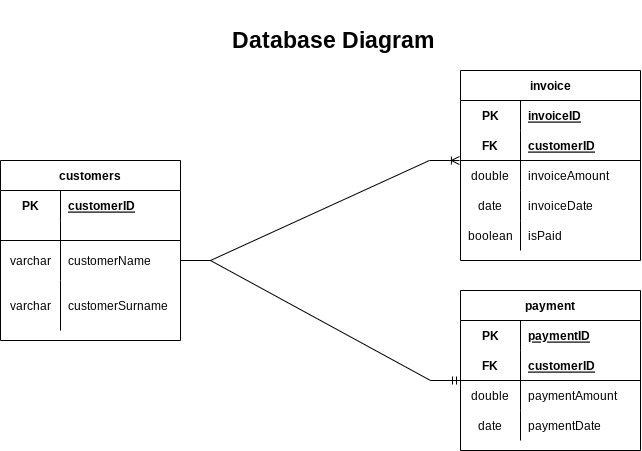
Earlier version of the draw.io export images/DatabaseDiagram.png (egeoz/bootcamp-final). Source tidied: cells renumbered, new cells last; positions are measured from the earlier drawing's top-left corner, leaving out a move shared by most shapes. Its diagram source:
```xml
<mxGraphModel>
  <root>
    <mxCell id="0" />
    <mxCell id="1" parent="0" />
    <mxCell id="2" style="edgeStyle=entityRelationEdgeStyle;fontSize=12;html=1;endArrow=ERmandOne;rounded=0;exitX=1;exitY=0.5;exitDx=0;exitDy=0;entryX=0;entryY=0;entryDx=0;entryDy=0;entryPerimeter=0;" parent="1" edge="1" source="12" target="40">
      <mxGeometry relative="1" as="geometry" />
    </mxCell>
    <mxCell id="3" style="edgeStyle=entityRelationEdgeStyle;fontSize=12;html=1;endArrow=ERoneToMany;rounded=0;exitX=1;exitY=0.5;exitDx=0;exitDy=0;entryX=-0.006;entryY=0;entryDx=0;entryDy=0;entryPerimeter=0;" parent="1" edge="1" source="12" target="25">
      <mxGeometry relative="1" as="geometry" />
    </mxCell>
    <mxCell id="4" value="&lt;font style=&quot;font-size: 23px;&quot;&gt;&lt;b&gt;Database Diagram&lt;/b&gt;&lt;/font&gt;" style="text;html=1;strokeColor=none;fillColor=none;align=center;verticalAlign=middle;whiteSpace=wrap;rounded=0;" parent="1" vertex="1">
      <mxGeometry x="215" width="235" height="80" as="geometry" />
    </mxCell>
    <mxCell id="5" value="customers" style="shape=table;startSize=30;rowLines=0;fontStyle=1;align=center;" parent="1" vertex="1">
      <mxGeometry y="160" width="180" height="180" as="geometry" />
    </mxCell>
    <mxCell id="6" style="shape=tableRow;horizontal=0;startSize=0;swimlaneHead=0;swimlaneBody=0;fillColor=none;top=0;left=0;right=0;bottom=0;" parent="5" vertex="1">
      <mxGeometry y="30" width="180" height="30" as="geometry" />
    </mxCell>
    <mxCell id="7" value="PK" style="shape=partialRectangle;fillColor=none;top=0;left=0;bottom=0;right=0;fontStyle=1;overflow=hidden;" parent="6" vertex="1">
      <mxGeometry width="60" height="30" as="geometry" />
    </mxCell>
    <mxCell id="8" value="customerID" style="shape=partialRectangle;fillColor=none;top=0;left=0;bottom=0;right=0;align=left;spacingLeft=6;fontStyle=5;overflow=hidden;" parent="6" vertex="1">
      <mxGeometry x="60" width="120" height="30" as="geometry" />
    </mxCell>
    <mxCell id="9" style="shape=tableRow;horizontal=0;startSize=0;swimlaneHead=0;swimlaneBody=0;fillColor=none;top=0;left=0;right=0;bottom=1;" parent="5" vertex="1">
      <mxGeometry y="60" width="180" height="20" as="geometry" />
    </mxCell>
    <mxCell id="10" style="shape=partialRectangle;fillColor=none;top=0;left=0;bottom=0;right=0;fontStyle=1;overflow=hidden;" parent="9" vertex="1">
      <mxGeometry width="60" height="20" as="geometry" />
    </mxCell>
    <mxCell id="11" style="shape=partialRectangle;fillColor=none;top=0;left=0;bottom=0;right=0;align=left;spacingLeft=6;fontStyle=5;overflow=hidden;noLabel=0;" parent="9" vertex="1">
      <mxGeometry x="60" width="120" height="20" as="geometry" />
    </mxCell>
    <mxCell id="12" style="shape=tableRow;horizontal=0;startSize=0;swimlaneHead=0;swimlaneBody=0;fillColor=none;points=[[0,0.5],[1,0.5]];portConstraint=eastwest;top=0;left=0;right=0;bottom=0;" parent="5" vertex="1">
      <mxGeometry y="80" width="180" height="40" as="geometry" />
    </mxCell>
    <mxCell id="13" value="varchar" style="shape=partialRectangle;fillColor=none;top=0;left=0;bottom=0;right=0;overflow=hidden;" parent="12" vertex="1">
      <mxGeometry width="60" height="40" as="geometry" />
    </mxCell>
    <mxCell id="14" value="customerName" style="shape=partialRectangle;fillColor=none;top=0;left=0;bottom=0;right=0;align=left;spacingLeft=6;overflow=hidden;" parent="12" vertex="1">
      <mxGeometry x="60" width="120" height="40" as="geometry" />
    </mxCell>
    <mxCell id="15" style="shape=tableRow;horizontal=0;startSize=0;swimlaneHead=0;swimlaneBody=0;fillColor=none;top=0;left=0;right=0;bottom=0;" parent="5" vertex="1">
      <mxGeometry y="120" width="180" height="50" as="geometry" />
    </mxCell>
    <mxCell id="16" value="varchar" style="shape=partialRectangle;fillColor=none;top=0;left=0;bottom=0;right=0;overflow=hidden;" parent="15" vertex="1">
      <mxGeometry width="60" height="50" as="geometry" />
    </mxCell>
    <mxCell id="17" value="customerSurname" style="shape=partialRectangle;fillColor=none;top=0;left=0;bottom=0;right=0;align=left;spacingLeft=6;overflow=hidden;" parent="15" vertex="1">
      <mxGeometry x="60" width="120" height="50" as="geometry" />
    </mxCell>
    <mxCell id="18" value="invoice" style="shape=table;startSize=30;rowLines=0;fontStyle=1;align=center;" parent="1" vertex="1">
      <mxGeometry x="460" y="70" width="180" height="190" as="geometry" />
    </mxCell>
    <mxCell id="19" style="shape=tableRow;horizontal=0;startSize=0;swimlaneHead=0;swimlaneBody=0;fillColor=none;top=0;left=0;right=0;bottom=0;" parent="18" vertex="1">
      <mxGeometry y="30" width="180" height="30" as="geometry" />
    </mxCell>
    <mxCell id="20" value="PK" style="shape=partialRectangle;fillColor=none;top=0;left=0;bottom=0;right=0;fontStyle=1;overflow=hidden;" parent="19" vertex="1">
      <mxGeometry width="60" height="30" as="geometry" />
    </mxCell>
    <mxCell id="21" value="invoiceID" style="shape=partialRectangle;fillColor=none;top=0;left=0;bottom=0;right=0;align=left;spacingLeft=6;fontStyle=5;overflow=hidden;" parent="19" vertex="1">
      <mxGeometry x="60" width="120" height="30" as="geometry" />
    </mxCell>
    <mxCell id="22" style="shape=tableRow;horizontal=0;startSize=0;swimlaneHead=0;swimlaneBody=0;fillColor=none;top=0;left=0;right=0;bottom=1;" parent="18" vertex="1">
      <mxGeometry y="60" width="180" height="30" as="geometry" />
    </mxCell>
    <mxCell id="23" value="FK" style="shape=partialRectangle;fillColor=none;top=0;left=0;bottom=0;right=0;fontStyle=1;overflow=hidden;" parent="22" vertex="1">
      <mxGeometry width="60" height="30" as="geometry" />
    </mxCell>
    <mxCell id="24" value="customerID" style="shape=partialRectangle;fillColor=none;top=0;left=0;bottom=0;right=0;align=left;spacingLeft=6;fontStyle=5;overflow=hidden;" parent="22" vertex="1">
      <mxGeometry x="60" width="120" height="30" as="geometry" />
    </mxCell>
    <mxCell id="25" style="shape=tableRow;horizontal=0;startSize=0;swimlaneHead=0;swimlaneBody=0;fillColor=none;points=[[0,0.5],[1,0.5]];portConstraint=eastwest;top=0;left=0;right=0;bottom=0;" parent="18" vertex="1">
      <mxGeometry y="90" width="180" height="30" as="geometry" />
    </mxCell>
    <mxCell id="26" value="double" style="shape=partialRectangle;fillColor=none;top=0;left=0;bottom=0;right=0;overflow=hidden;" parent="25" vertex="1">
      <mxGeometry width="60" height="30" as="geometry" />
    </mxCell>
    <mxCell id="27" value="invoiceAmount" style="shape=partialRectangle;fillColor=none;top=0;left=0;bottom=0;right=0;align=left;spacingLeft=6;overflow=hidden;" parent="25" vertex="1">
      <mxGeometry x="60" width="120" height="30" as="geometry" />
    </mxCell>
    <mxCell id="28" style="shape=tableRow;horizontal=0;startSize=0;swimlaneHead=0;swimlaneBody=0;fillColor=none;top=0;left=0;right=0;bottom=0;" parent="18" vertex="1">
      <mxGeometry y="120" width="180" height="30" as="geometry" />
    </mxCell>
    <mxCell id="29" value="date" style="shape=partialRectangle;fillColor=none;top=0;left=0;bottom=0;right=0;overflow=hidden;" parent="28" vertex="1">
      <mxGeometry width="60" height="30" as="geometry" />
    </mxCell>
    <mxCell id="30" value="invoiceDate" style="shape=partialRectangle;fillColor=none;top=0;left=0;bottom=0;right=0;align=left;spacingLeft=6;overflow=hidden;" parent="28" vertex="1">
      <mxGeometry x="60" width="120" height="30" as="geometry" />
    </mxCell>
    <mxCell id="31" value="boolean" style="shape=partialRectangle;fillColor=none;top=0;left=0;bottom=0;right=0;overflow=hidden;" parent="1" vertex="1">
      <mxGeometry x="460" y="220" width="60" height="30" as="geometry" />
    </mxCell>
    <mxCell id="32" value="isPaid" style="shape=partialRectangle;fillColor=none;top=0;left=0;bottom=0;right=0;align=left;spacingLeft=6;overflow=hidden;" parent="1" vertex="1">
      <mxGeometry x="520" y="220" width="120" height="30" as="geometry" />
    </mxCell>
    <mxCell id="33" value="payment" style="shape=table;startSize=30;rowLines=0;fontStyle=1;align=center;" parent="1" vertex="1">
      <mxGeometry x="460" y="290" width="180" height="160" as="geometry" />
    </mxCell>
    <mxCell id="34" style="shape=tableRow;horizontal=0;startSize=0;swimlaneHead=0;swimlaneBody=0;fillColor=none;top=0;left=0;right=0;bottom=0;" parent="33" vertex="1">
      <mxGeometry y="30" width="180" height="30" as="geometry" />
    </mxCell>
    <mxCell id="35" value="PK" style="shape=partialRectangle;fillColor=none;top=0;left=0;bottom=0;right=0;fontStyle=1;overflow=hidden;" parent="34" vertex="1">
      <mxGeometry width="60" height="30" as="geometry" />
    </mxCell>
    <mxCell id="36" value="paymentID" style="shape=partialRectangle;fillColor=none;top=0;left=0;bottom=0;right=0;align=left;spacingLeft=6;fontStyle=5;overflow=hidden;" parent="34" vertex="1">
      <mxGeometry x="60" width="120" height="30" as="geometry" />
    </mxCell>
    <mxCell id="37" style="shape=tableRow;horizontal=0;startSize=0;swimlaneHead=0;swimlaneBody=0;fillColor=none;top=0;left=0;right=0;bottom=1;" parent="33" vertex="1">
      <mxGeometry y="60" width="180" height="30" as="geometry" />
    </mxCell>
    <mxCell id="38" value="FK" style="shape=partialRectangle;fillColor=none;top=0;left=0;bottom=0;right=0;fontStyle=1;overflow=hidden;" parent="37" vertex="1">
      <mxGeometry width="60" height="30" as="geometry" />
    </mxCell>
    <mxCell id="39" value="customerID" style="shape=partialRectangle;fillColor=none;top=0;left=0;bottom=0;right=0;align=left;spacingLeft=6;fontStyle=5;overflow=hidden;" parent="37" vertex="1">
      <mxGeometry x="60" width="120" height="30" as="geometry" />
    </mxCell>
    <mxCell id="40" style="shape=tableRow;horizontal=0;startSize=0;swimlaneHead=0;swimlaneBody=0;fillColor=none;points=[[0,0.5],[1,0.5]];portConstraint=eastwest;top=0;left=0;right=0;bottom=0;" parent="33" vertex="1">
      <mxGeometry y="90" width="180" height="30" as="geometry" />
    </mxCell>
    <mxCell id="41" value="double" style="shape=partialRectangle;fillColor=none;top=0;left=0;bottom=0;right=0;overflow=hidden;" parent="40" vertex="1">
      <mxGeometry width="60" height="30" as="geometry" />
    </mxCell>
    <mxCell id="42" value="paymentAmount" style="shape=partialRectangle;fillColor=none;top=0;left=0;bottom=0;right=0;align=left;spacingLeft=6;overflow=hidden;" parent="40" vertex="1">
      <mxGeometry x="60" width="120" height="30" as="geometry" />
    </mxCell>
    <mxCell id="43" style="shape=tableRow;horizontal=0;startSize=0;swimlaneHead=0;swimlaneBody=0;fillColor=none;top=0;left=0;right=0;bottom=0;" parent="33" vertex="1">
      <mxGeometry y="120" width="180" height="30" as="geometry" />
    </mxCell>
    <mxCell id="44" value="date" style="shape=partialRectangle;fillColor=none;top=0;left=0;bottom=0;right=0;overflow=hidden;" parent="43" vertex="1">
      <mxGeometry width="60" height="30" as="geometry" />
    </mxCell>
    <mxCell id="45" value="paymentDate" style="shape=partialRectangle;fillColor=none;top=0;left=0;bottom=0;right=0;align=left;spacingLeft=6;overflow=hidden;" parent="43" vertex="1">
      <mxGeometry x="60" width="120" height="30" as="geometry" />
    </mxCell>
    <mxCell id="46" style="endArrow=none;html=1;rounded=0;" parent="1" edge="1">
      <mxGeometry relative="1" as="geometry">
        <mxPoint x="520" y="250" as="sourcePoint" />
        <mxPoint x="520" y="220" as="targetPoint" />
      </mxGeometry>
    </mxCell>
  </root>
</mxGraphModel>
```
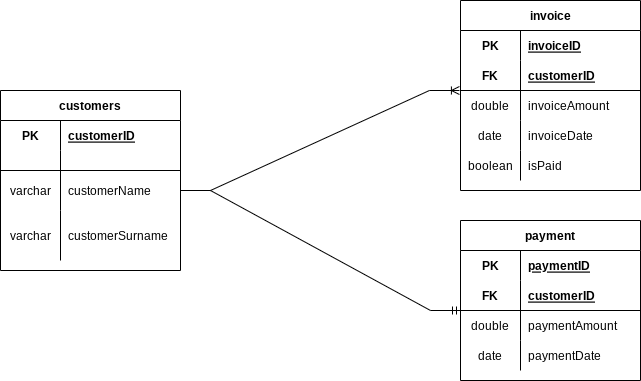
The same file after the commit.

Change to the diagram source:
```diff
@@ -8,9 +8,6 @@
     <mxCell id="3" style="edgeStyle=entityRelationEdgeStyle;fontSize=12;html=1;endArrow=ERoneToMany;rounded=0;exitX=1;exitY=0.5;exitDx=0;exitDy=0;entryX=-0.006;entryY=0;entryDx=0;entryDy=0;entryPerimeter=0;" parent="1" edge="1" source="12" target="25">
       <mxGeometry relative="1" as="geometry" />
     </mxCell>
-    <mxCell id="4" value="&lt;font style=&quot;font-size: 23px;&quot;&gt;&lt;b&gt;Database Diagram&lt;/b&gt;&lt;/font&gt;" style="text;html=1;strokeColor=none;fillColor=none;align=center;verticalAlign=middle;whiteSpace=wrap;rounded=0;" parent="1" vertex="1">
-      <mxGeometry x="215" width="235" height="80" as="geometry" />
-    </mxCell>
     <mxCell id="5" value="customers" style="shape=table;startSize=30;rowLines=0;fontStyle=1;align=center;" parent="1" vertex="1">
       <mxGeometry y="160" width="180" height="180" as="geometry" />
     </mxCell>
```
